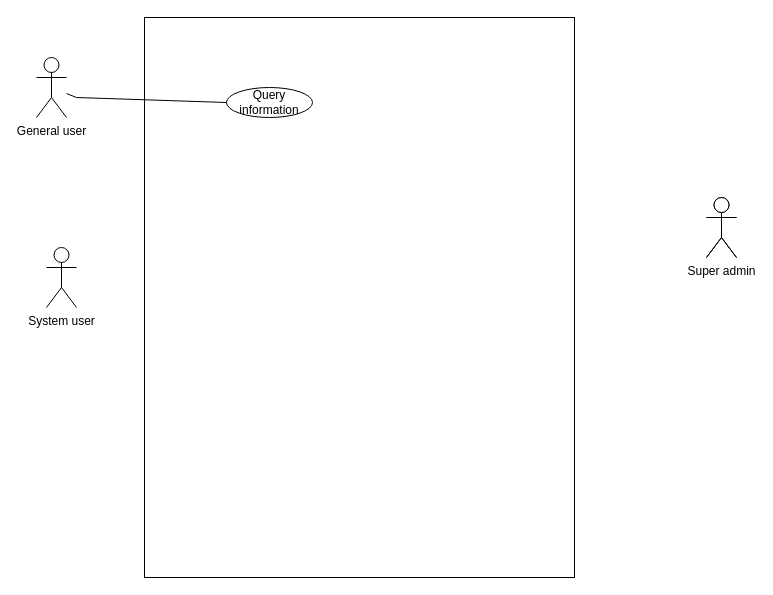
Above: UseCase.drawio in coldbubbletea/Quiz-for-object-oriented-analysis (draw.io), before the change. Source tidied: cells renumbered, new cells numbered last; positions are measured from the earlier drawing's top-left corner, leaving out a move shared by most shapes. Both pictures are drawn from the tidied source at 100%, with x=0, y=0 at pixel (36, 17).
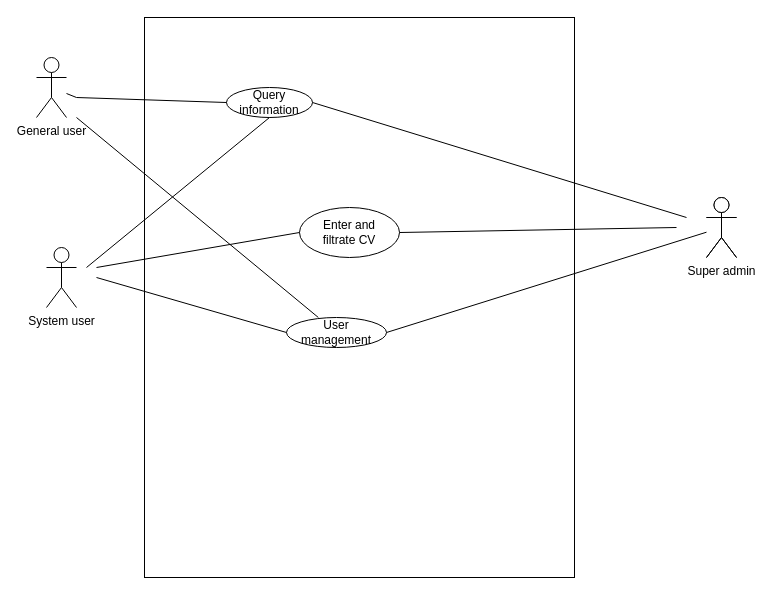
After the change.

Unchanged cells that the change refers to:
```xml
<mxCell id="4" style="ellipse;whiteSpace=wrap;html=1;" parent="1" vertex="1">
  <mxGeometry x="190" y="70" width="86" height="30" as="geometry" />
</mxCell>
<mxCell id="5" value="Query information" style="text;html=1;strokeColor=none;fillColor=none;align=center;verticalAlign=middle;whiteSpace=wrap;rounded=0;" parent="1" vertex="1">
  <mxGeometry x="203" y="70" width="60" height="30" as="geometry" />
</mxCell>
<mxCell id="9" style="shape=umlActor;verticalLabelPosition=bottom;verticalAlign=top;html=1;outlineConnect=0;" parent="1" vertex="1">
  <mxGeometry x="670" y="180" width="30" height="60" as="geometry" />
</mxCell>
```

Diff of the diagram source:
```diff
@@
+    <mxCell id="10" style="ellipse;whiteSpace=wrap;html=1;" parent="1" vertex="1">
+      <mxGeometry x="250" y="300" width="100" height="30" as="geometry" />
+    </mxCell>
+    <mxCell id="11" value="User management" style="text;html=1;strokeColor=none;fillColor=none;align=center;verticalAlign=middle;whiteSpace=wrap;rounded=0;" parent="1" vertex="1">
+      <mxGeometry x="270" y="300" width="60" height="30" as="geometry" />
+    </mxCell>
+    <mxCell id="12" style="endArrow=none;html=1;rounded=0;exitX=1;exitY=0.5;exitDx=0;exitDy=0;" parent="1" edge="1" source="10" target="9">
+      <mxGeometry relative="1" as="geometry" />
+    </mxCell>
+    <mxCell id="13" style="endArrow=none;html=1;rounded=0;entryX=0;entryY=0.5;entryDx=0;entryDy=0;" parent="1" edge="1" target="10">
+      <mxGeometry relative="1" as="geometry">
+        <mxPoint x="60" y="260" as="sourcePoint" />
+      </mxGeometry>
+    </mxCell>
+    <mxCell id="14" style="endArrow=none;html=1;rounded=0;" parent="1" edge="1" source="11">
+      <mxGeometry relative="1" as="geometry">
+        <mxPoint x="40" y="100" as="targetPoint" />
+      </mxGeometry>
+    </mxCell>
+    <mxCell id="15" style="ellipse;whiteSpace=wrap;html=1;" parent="1" vertex="1">
+      <mxGeometry x="263" y="190" width="100" height="50" as="geometry" />
+    </mxCell>
+    <mxCell id="16" value="Enter and filtrate CV" style="text;html=1;strokeColor=none;fillColor=none;align=center;verticalAlign=middle;whiteSpace=wrap;rounded=0;" parent="1" vertex="1">
+      <mxGeometry x="283" y="200" width="60" height="30" as="geometry" />
+    </mxCell>
+    <mxCell id="17" style="endArrow=none;html=1;rounded=0;entryX=0.5;entryY=1;entryDx=0;entryDy=0;" parent="1" edge="1" target="5">
+      <mxGeometry relative="1" as="geometry">
+        <mxPoint x="50" y="250" as="sourcePoint" />
+      </mxGeometry>
+    </mxCell>
+    <mxCell id="18" style="endArrow=none;html=1;rounded=0;entryX=1;entryY=0.5;entryDx=0;entryDy=0;" parent="1" edge="1" target="4">
+      <mxGeometry relative="1" as="geometry">
+        <mxPoint x="650" y="200" as="sourcePoint" />
+      </mxGeometry>
+    </mxCell>
+    <mxCell id="19" style="endArrow=none;html=1;rounded=0;entryX=0;entryY=0.5;entryDx=0;entryDy=0;" parent="1" edge="1" target="15">
+      <mxGeometry relative="1" as="geometry">
+        <mxPoint x="60" y="250" as="sourcePoint" />
+      </mxGeometry>
+    </mxCell>
+    <mxCell id="20" style="endArrow=none;html=1;rounded=0;exitX=1;exitY=0.5;exitDx=0;exitDy=0;" parent="1" edge="1" source="15">
+      <mxGeometry relative="1" as="geometry">
+        <mxPoint x="640" y="210" as="targetPoint" />
+      </mxGeometry>
+    </mxCell>
```
